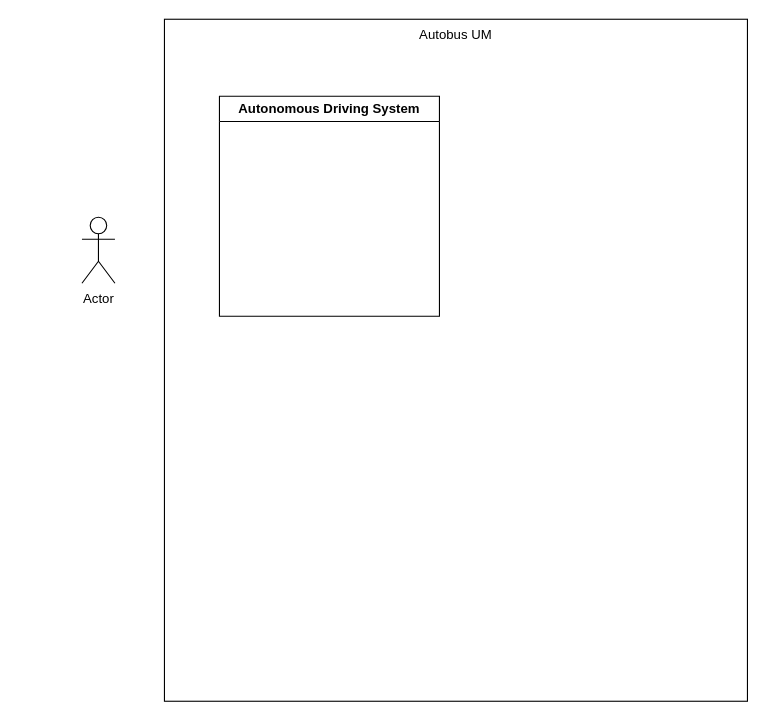
Before: UCDwia2002project.drawio in justn0thinghere/drawio, a draw.io diagram. Source tidied: cells renumbered, new cells numbered last; positions are measured from the earlier drawing's top-left corner, leaving out a move shared by most shapes. Both pictures are drawn from the tidied source at 110%, with x=0, y=0 at pixel (81, 19).
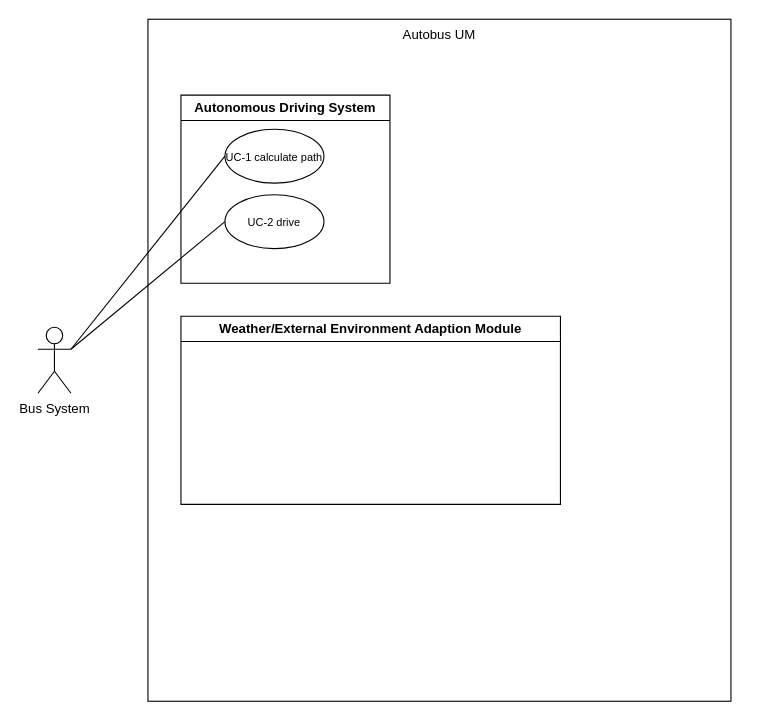
Above is the later version.

What changed in the source:
```diff
@@
 <mxGraphModel>
   <root>
     <mxCell id="0" />
     <mxCell id="1" parent="0" />
-    <mxCell id="2" value="Actor" style="shape=umlActor;verticalLabelPosition=bottom;verticalAlign=top;html=1;outlineConnect=0;" parent="1" vertex="1">
-      <mxGeometry y="180" width="30" height="60" as="geometry" />
+    <mxCell id="2" value="Bus System" style="shape=umlActor;verticalLabelPosition=bottom;verticalAlign=top;html=1;outlineConnect=0;" parent="1" vertex="1">
+      <mxGeometry x="-40" y="280" width="30" height="60" as="geometry" />
     </mxCell>
     <mxCell id="3" value="Autobus UM" style="rounded=0;whiteSpace=wrap;html=1;align=center;horizontal=1;verticalAlign=top;" parent="1" vertex="1">
-      <mxGeometry x="75" width="530" height="620" as="geometry" />
+      <mxGeometry x="60" width="530" height="620" as="geometry" />
     </mxCell>
     <mxCell id="4" value="Autonomous Driving System" style="swimlane;whiteSpace=wrap;html=1;" parent="1" vertex="1">
-      <mxGeometry x="125" y="70" width="200" height="200" as="geometry" />
+      <mxGeometry x="90" y="69" width="190" height="171" as="geometry" />
     </mxCell>
+    <mxCell id="5" value="&lt;font style=&quot;font-size: 10px;&quot;&gt;UC-1 calculate path&lt;/font&gt;" style="ellipse;whiteSpace=wrap;html=1;" parent="4" vertex="1">
+      <mxGeometry x="40" y="31" width="90" height="49" as="geometry" />
+    </mxCell>
+    <mxCell id="6" value="&lt;font style=&quot;font-size: 10px;&quot;&gt;UC-2 drive&lt;/font&gt;" style="ellipse;whiteSpace=wrap;html=1;" parent="1" vertex="1">
+      <mxGeometry x="130" y="159.5" width="90" height="49" as="geometry" />
+    </mxCell>
+    <mxCell id="7" style="endArrow=none;html=1;rounded=0;exitX=1;exitY=0.3333333333333333;exitDx=0;exitDy=0;exitPerimeter=0;entryX=0;entryY=0.5;entryDx=0;entryDy=0;" parent="1" edge="1" source="2" target="5">
+      <mxGeometry relative="1" as="geometry" />
+    </mxCell>
+    <mxCell id="8" style="endArrow=none;html=1;rounded=0;entryX=0;entryY=0.5;entryDx=0;entryDy=0;exitX=1;exitY=0.3333333333333333;exitDx=0;exitDy=0;exitPerimeter=0;" parent="1" edge="1" source="2" target="6">
+      <mxGeometry relative="1" as="geometry" />
+    </mxCell>
+    <mxCell id="9" value="Weather/External Environment Adaption Module" style="swimlane;whiteSpace=wrap;html=1;" parent="1" vertex="1">
+      <mxGeometry x="90" y="270" width="345" height="171" as="geometry" />
+    </mxCell>
   </root>
 </mxGraphModel>
```
